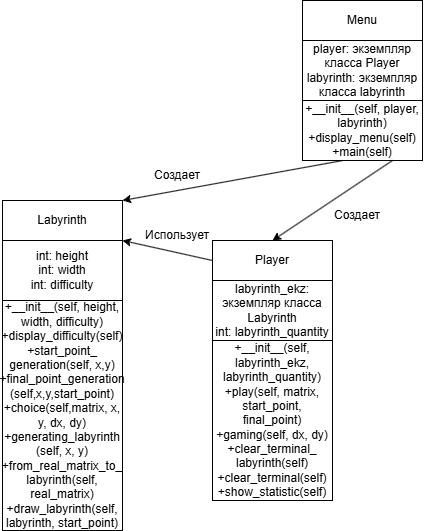
LebGes-classes/python-first-project-Meleven298 keeps this draw.io diagram as Проект.ВалеевМарсельРафаэлевич.png. Above is the earlier version. Source tidied: cells renumbered, new cells last; positions are measured from the earlier drawing's top-left corner, leaving out a move shared by most shapes.
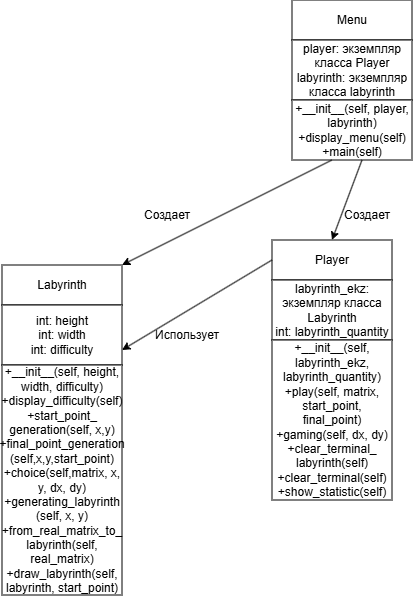
Later version of the same file.

What changed in the source:
```diff
@@ -3,22 +3,22 @@
     <mxCell id="0" />
     <mxCell id="1" parent="0" />
     <mxCell id="2" value="Labyrinth" style="rounded=0;whiteSpace=wrap;html=1;" parent="1" vertex="1">
-      <mxGeometry y="200" width="120" height="40" as="geometry" />
+      <mxGeometry x="10" y="265" width="120" height="40" as="geometry" />
     </mxCell>
     <mxCell id="3" value="int: height&lt;div&gt;int: width&lt;/div&gt;&lt;div&gt;int: difficulty&lt;/div&gt;" style="rounded=0;whiteSpace=wrap;html=1;" parent="1" vertex="1">
-      <mxGeometry y="240" width="120" height="60" as="geometry" />
+      <mxGeometry x="10" y="305" width="120" height="60" as="geometry" />
     </mxCell>
     <mxCell id="4" value="+__init__(self, height, width, difficulty)&lt;div&gt;+display_difficulty(self)&lt;/div&gt;&lt;div&gt;+start_point_&lt;/div&gt;&lt;div&gt;generation(self, x,y)&lt;/div&gt;&lt;div&gt;+final_point_&lt;span style=&quot;background-color: transparent; color: light-dark(rgb(0, 0, 0), rgb(255, 255, 255));&quot;&gt;generation&lt;/span&gt;&lt;/div&gt;&lt;div&gt;&lt;span style=&quot;background-color: transparent; color: light-dark(rgb(0, 0, 0), rgb(255, 255, 255));&quot;&gt;(self,x,y,start_point)&lt;/span&gt;&lt;/div&gt;&lt;div&gt;&lt;span style=&quot;background-color: transparent; color: light-dark(rgb(0, 0, 0), rgb(255, 255, 255));&quot;&gt;+choice(self,matrix, x, y, dx, dy)&lt;/span&gt;&lt;/div&gt;&lt;div&gt;&lt;span style=&quot;background-color: transparent; color: light-dark(rgb(0, 0, 0), rgb(255, 255, 255));&quot;&gt;+generating_labyrinth (self, x, y)&lt;/span&gt;&lt;/div&gt;&lt;div&gt;&lt;span style=&quot;background-color: transparent; color: light-dark(rgb(0, 0, 0), rgb(255, 255, 255));&quot;&gt;+from_real_matrix_to_ labyrinth(self, real_matrix)&lt;/span&gt;&lt;/div&gt;&lt;div&gt;+draw_labyrinth(self, labyrinth, start_point)&lt;/div&gt;" style="rounded=0;whiteSpace=wrap;html=1;" parent="1" vertex="1">
-      <mxGeometry y="300" width="120" height="230" as="geometry" />
+      <mxGeometry x="10" y="365" width="120" height="230" as="geometry" />
     </mxCell>
     <mxCell id="5" value="Player" style="rounded=0;whiteSpace=wrap;html=1;" parent="1" vertex="1">
-      <mxGeometry x="210" y="240" width="120" height="40" as="geometry" />
+      <mxGeometry x="280" y="240" width="120" height="40" as="geometry" />
     </mxCell>
     <mxCell id="6" value="labyrinth_ekz: экземпляр класса Labyrinth&lt;div&gt;int: labyrinth_quantity&lt;/div&gt;" style="rounded=0;whiteSpace=wrap;html=1;" parent="1" vertex="1">
-      <mxGeometry x="210" y="280" width="120" height="60" as="geometry" />
+      <mxGeometry x="280" y="280" width="120" height="60" as="geometry" />
     </mxCell>
     <mxCell id="7" value="+__init__(self, labyrinth_ekz, labyrinth_quantity)&lt;div&gt;+play(self, matrix, start_point, final_point)&lt;/div&gt;&lt;div&gt;+gaming(self, dx, dy)&lt;/div&gt;&lt;div&gt;+clear_terminal_&lt;/div&gt;&lt;div&gt;labyrinth(self)&lt;/div&gt;&lt;div&gt;+clear_terminal(self)&lt;/div&gt;&lt;div&gt;+show_statistic(self)&lt;/div&gt;" style="rounded=0;whiteSpace=wrap;html=1;" parent="1" vertex="1">
-      <mxGeometry x="210" y="340" width="120" height="160" as="geometry" />
+      <mxGeometry x="280" y="340" width="120" height="160" as="geometry" />
     </mxCell>
     <mxCell id="8" value="Menu" style="rounded=0;whiteSpace=wrap;html=1;" parent="1" vertex="1">
       <mxGeometry x="300" width="120" height="40" as="geometry" />
@@ -29,23 +29,25 @@
     <mxCell id="10" value="+__init__(self, player, labyrinth)&lt;div&gt;+display_menu(self)&lt;/div&gt;&lt;div&gt;+main(self)&lt;/div&gt;" style="rounded=0;whiteSpace=wrap;html=1;" parent="1" vertex="1">
       <mxGeometry x="300" y="100" width="120" height="60" as="geometry" />
     </mxCell>
-    <mxCell id="11" style="endArrow=classic;html=1;rounded=0;entryX=0.5;entryY=0;entryDx=0;entryDy=0;exitX=0.75;exitY=1;exitDx=0;exitDy=0;" parent="1" edge="1" source="10" target="5">
-      <mxGeometry relative="1" as="geometry" />
+    <mxCell id="11" style="endArrow=classic;html=1;rounded=0;entryX=0.5;entryY=0;entryDx=0;entryDy=0;" parent="1" edge="1" target="5">
+      <mxGeometry relative="1" as="geometry">
+        <mxPoint x="370" y="160" as="sourcePoint" />
+      </mxGeometry>
     </mxCell>
     <mxCell id="12" value="Создает" style="text;html=1;whiteSpace=wrap;strokeColor=none;fillColor=none;align=center;verticalAlign=middle;rounded=0;" parent="1" vertex="1">
-      <mxGeometry x="330" y="200" width="50" height="30" as="geometry" />
+      <mxGeometry x="350" y="200" width="50" height="30" as="geometry" />
     </mxCell>
     <mxCell id="13" style="endArrow=classic;html=1;rounded=0;exitX=0.331;exitY=1.002;exitDx=0;exitDy=0;exitPerimeter=0;entryX=1;entryY=0;entryDx=0;entryDy=0;" parent="1" edge="1" source="10" target="2">
       <mxGeometry relative="1" as="geometry" />
     </mxCell>
     <mxCell id="14" value="Создает" style="text;html=1;whiteSpace=wrap;strokeColor=none;fillColor=none;align=center;verticalAlign=middle;rounded=0;" parent="1" vertex="1">
-      <mxGeometry x="150" y="160" width="50" height="30" as="geometry" />
+      <mxGeometry x="150" y="200" width="50" height="30" as="geometry" />
     </mxCell>
-    <mxCell id="15" style="endArrow=classic;html=1;rounded=0;exitX=0;exitY=0.5;exitDx=0;exitDy=0;entryX=1;entryY=0;entryDx=0;entryDy=0;" parent="1" edge="1" source="5" target="3">
+    <mxCell id="15" style="endArrow=classic;html=1;rounded=0;exitX=0;exitY=0.5;exitDx=0;exitDy=0;entryX=1;entryY=0.75;entryDx=0;entryDy=0;" parent="1" edge="1" source="5" target="3">
       <mxGeometry relative="1" as="geometry" />
     </mxCell>
     <mxCell id="16" value="Использует" style="text;html=1;whiteSpace=wrap;strokeColor=none;fillColor=none;align=center;verticalAlign=middle;rounded=0;" parent="1" vertex="1">
-      <mxGeometry x="150" y="220" width="50" height="30" as="geometry" />
+      <mxGeometry x="170" y="320" width="50" height="30" as="geometry" />
     </mxCell>
   </root>
 </mxGraphModel>
```
